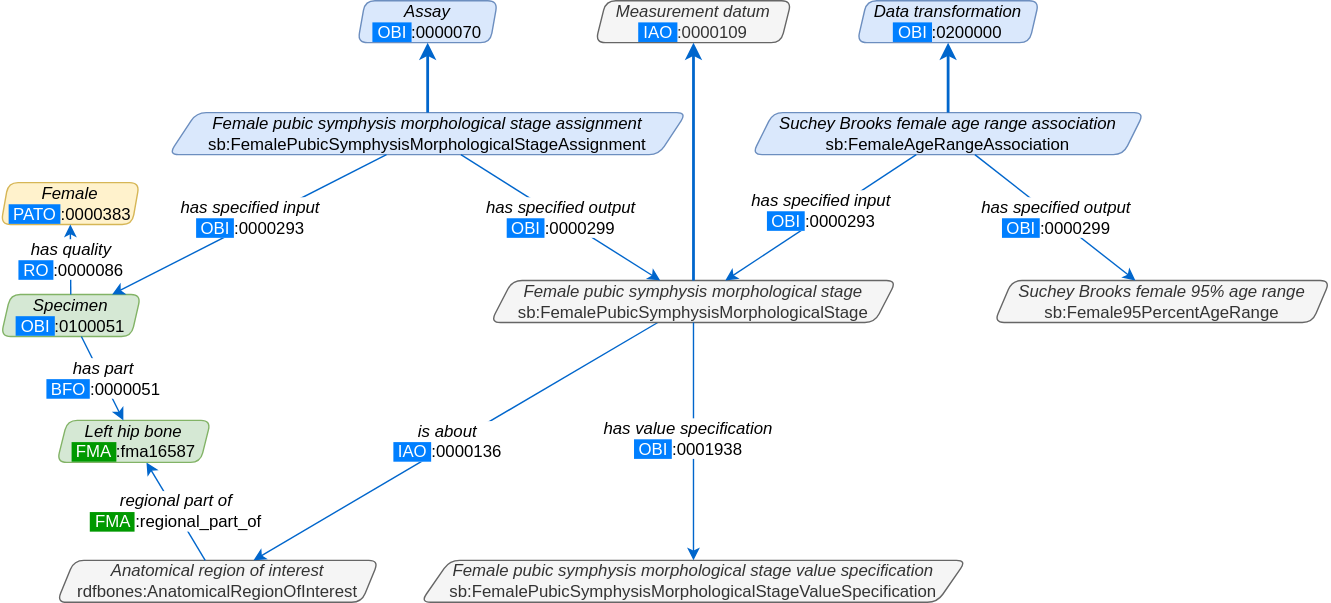
This is NetworkGraphics/OntologyExtensions/phaleron-age/SucheyBrooks_NetworkGraphics.svg from RDFBones/RDFBonesGraphics, a draw.io export, as it was before one commit. Source tidied: cells renumbered, new cells last; positions are measured from the earlier drawing's top-left corner, leaving out a move shared by most shapes.
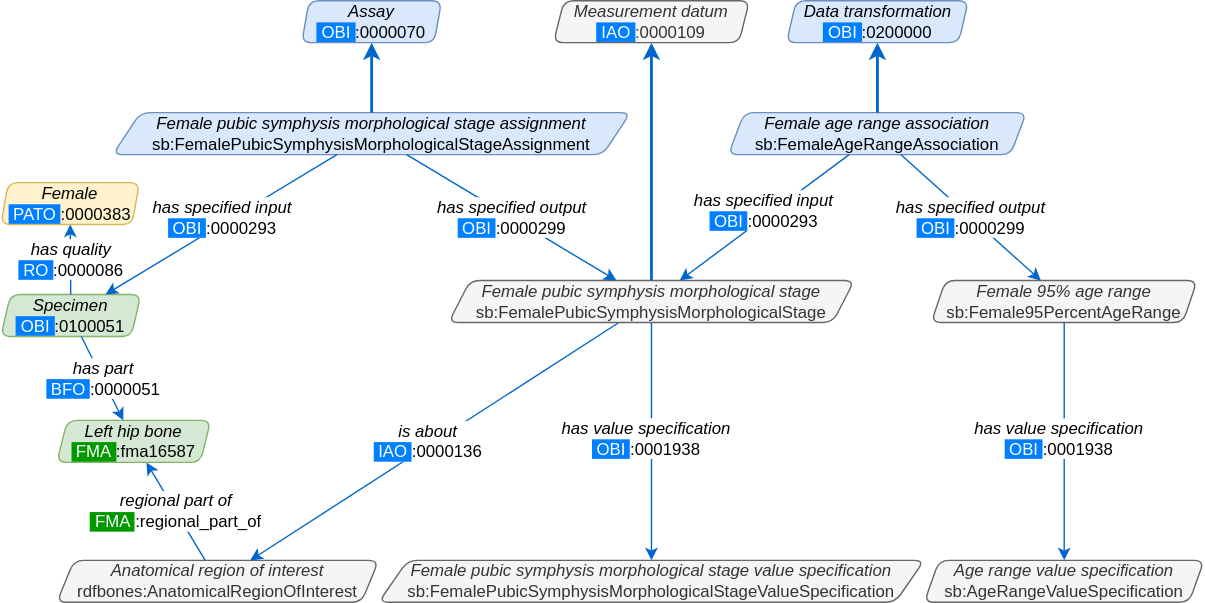
The same file after the commit.

Commit message:
Finalised drawing on processes for females and added drawings on value specifications.

Change to the diagram source:
```diff
@@ -24,7 +24,7 @@
       <mxGeometry relative="1" as="geometry" />
     </mxCell>
     <mxCell id="9" value="&lt;i&gt;Female pubic symphysis morphological stage assignment&lt;/i&gt;&lt;br&gt;sb:FemalePubicSymphysisMorphologicalStageAssignment" style="shape=parallelogram;perimeter=parallelogramPerimeter;whiteSpace=wrap;html=1;strokeColor=#6c8ebf;fontSize=12;align=center;size=0.05333333333333334;fillColor=#dae8fc;rounded=1;comic=0;shadow=0;spacing=0;line-height:.8rem;arcSize=14;" parent="1" vertex="1">
-      <mxGeometry x="120" y="80" width="370" height="30" as="geometry" />
+      <mxGeometry x="80" y="80" width="370" height="30" as="geometry" />
     </mxCell>
     <mxCell id="10" value="&lt;font style=&quot;font-size: 12px;&quot;&gt;&lt;span style=&quot;line-height: 120%; font-size: 12px;&quot;&gt;&lt;i style=&quot;font-size: 12px;&quot;&gt;has specified input&lt;br style=&quot;font-size: 12px;&quot;&gt;&lt;/i&gt;&lt;span style=&quot;color: rgb(255, 255, 255); text-align: left; background-color: rgb(0, 127, 255);&quot;&gt;&amp;nbsp;OBI&amp;nbsp;&lt;/span&gt;:0000293&lt;/span&gt;&lt;/font&gt;" style="rounded=0;html=1;jettySize=auto;strokeColor=#0066CC;fontSize=12;strokeWidth=1;arcSize=20;" parent="1" edge="1" source="9" target="2">
       <mxGeometry x="-0.03" y="-4" relative="1" as="geometry" />
@@ -33,31 +33,31 @@
       <mxGeometry x="0.03" y="-3" relative="1" as="geometry" />
     </mxCell>
     <mxCell id="12" value="&lt;i&gt;Female pubic symphysis morphological stage&lt;/i&gt;&lt;br&gt;sb:FemalePubicSymphysisMorphologicalStage" style="shape=parallelogram;perimeter=parallelogramPerimeter;whiteSpace=wrap;html=1;strokeColor=#666666;fontSize=12;align=center;size=0.05333333333333334;fillColor=#f5f5f5;rounded=1;comic=0;shadow=0;spacing=0;line-height:.8rem;arcSize=14;fontColor=#333333;" parent="1" vertex="1">
-      <mxGeometry x="350" y="200" width="290" height="30" as="geometry" />
+      <mxGeometry x="320" y="200" width="290" height="30" as="geometry" />
     </mxCell>
     <mxCell id="13" value="&lt;font style=&quot;font-size: 12px;&quot;&gt;&lt;span style=&quot;line-height: 120%; font-size: 12px;&quot;&gt;&lt;i style=&quot;font-size: 12px;&quot;&gt;has specified output&lt;br style=&quot;font-size: 12px;&quot;&gt;&lt;/i&gt;&lt;span style=&quot;color: rgb(255, 255, 255); text-align: left; background-color: rgb(0, 127, 255);&quot;&gt;&amp;nbsp;OBI&amp;nbsp;&lt;/span&gt;:0000299&lt;/span&gt;&lt;/font&gt;" style="rounded=0;html=1;jettySize=auto;strokeColor=#0066CC;fontSize=12;strokeWidth=1;arcSize=20;" parent="1" edge="1" source="9" target="12">
       <mxGeometry relative="1" as="geometry" />
     </mxCell>
-    <mxCell id="14" value="&lt;i&gt;Female pubic symphysis morphological stage value specification&lt;/i&gt;&lt;br&gt;sb:FemalePubicSymphysisMorphologicalStageValueSpecification" style="shape=parallelogram;perimeter=parallelogramPerimeter;whiteSpace=wrap;html=1;strokeColor=#666666;fontSize=12;align=center;size=0.05333333333333334;fillColor=#f5f5f5;rounded=1;comic=0;shadow=0;spacing=0;line-height:.8rem;arcSize=14;fontColor=#333333;" parent="1" vertex="1">
-      <mxGeometry x="300" y="400" width="390" height="30" as="geometry" />
+    <mxCell id="14" value="&lt;i&gt;Female pubic symphysis morphological stage value specification&lt;/i&gt;&lt;br&gt;sb:FemalePubicSymphysisMorphologicalStageValueSpecification" style="shape=parallelogram;perimeter=parallelogramPerimeter;whiteSpace=wrap;html=1;strokeColor=#666666;fontSize=12;align=center;size=0.05333333333333333333333333333333;fillColor=#f5f5f5;rounded=1;comic=0;shadow=0;spacing=0;line-height:.8rem;arcSize=14;fontColor=#333333;" parent="1" vertex="1">
+      <mxGeometry x="270" y="400" width="390" height="30" as="geometry" />
     </mxCell>
     <mxCell id="15" value="&lt;font style=&quot;font-size: 12px;&quot;&gt;&lt;span style=&quot;line-height: 120%; font-size: 12px;&quot;&gt;&lt;i style=&quot;font-size: 12px;&quot;&gt;has value specification&lt;br style=&quot;font-size: 12px;&quot;&gt;&lt;/i&gt;&lt;span style=&quot;color: rgb(255, 255, 255); text-align: left; background-color: rgb(0, 127, 255);&quot;&gt;&amp;nbsp;OBI&amp;nbsp;&lt;/span&gt;:0001938&lt;/span&gt;&lt;/font&gt;" style="rounded=0;html=1;jettySize=auto;strokeColor=#0066CC;fontSize=12;strokeWidth=1;arcSize=20;" parent="1" edge="1" source="12" target="14">
       <mxGeometry x="-0.03" y="-4" relative="1" as="geometry" />
     </mxCell>
-    <mxCell id="16" value="&lt;i&gt;Suchey Brooks female age range association&lt;/i&gt;&lt;br&gt;sb:FemaleAgeRangeAssociation" style="shape=parallelogram;perimeter=parallelogramPerimeter;whiteSpace=wrap;html=1;strokeColor=#6c8ebf;fontSize=12;align=center;size=0.05333333333333334;fillColor=#dae8fc;rounded=1;comic=0;shadow=0;spacing=0;line-height:.8rem;arcSize=14;" parent="1" vertex="1">
-      <mxGeometry x="537" y="80" width="280" height="30" as="geometry" />
+    <mxCell id="16" value="&lt;i&gt;Female age range association&lt;/i&gt;&lt;br&gt;sb:FemaleAgeRangeAssociation" style="shape=parallelogram;perimeter=parallelogramPerimeter;whiteSpace=wrap;html=1;strokeColor=#6c8ebf;fontSize=12;align=center;size=0.05333333333333334;fillColor=#dae8fc;rounded=1;comic=0;shadow=0;spacing=0;line-height:.8rem;arcSize=14;" parent="1" vertex="1">
+      <mxGeometry x="520" y="80" width="213" height="30" as="geometry" />
     </mxCell>
     <mxCell id="17" value="&lt;font style=&quot;font-size: 12px;&quot;&gt;&lt;span style=&quot;line-height: 120%; font-size: 12px;&quot;&gt;&lt;i style=&quot;font-size: 12px;&quot;&gt;has specified input&lt;br style=&quot;font-size: 12px;&quot;&gt;&lt;/i&gt;&lt;span style=&quot;color: rgb(255, 255, 255); text-align: left; background-color: rgb(0, 127, 255);&quot;&gt;&amp;nbsp;OBI&amp;nbsp;&lt;/span&gt;:0000293&lt;/span&gt;&lt;/font&gt;" style="rounded=0;html=1;jettySize=auto;strokeColor=#0066CC;fontSize=12;strokeWidth=1;arcSize=20;" parent="1" edge="1" source="16" target="12">
       <mxGeometry x="-0.03" y="-4" relative="1" as="geometry" />
     </mxCell>
-    <mxCell id="18" value="&lt;i&gt;Suchey Brooks female 95% age range&lt;/i&gt;&lt;br&gt;sb:Female95PercentAgeRange" style="shape=parallelogram;perimeter=parallelogramPerimeter;whiteSpace=wrap;html=1;strokeColor=#666666;fontSize=12;align=center;size=0.05333333333333334;fillColor=#f5f5f5;rounded=1;comic=0;shadow=0;spacing=0;line-height:.8rem;arcSize=14;fontColor=#333333;" parent="1" vertex="1">
-      <mxGeometry x="710" y="200" width="240" height="30" as="geometry" />
+    <mxCell id="18" value="&lt;i&gt;Female 95% age range&lt;/i&gt;&lt;br&gt;sb:Female95PercentAgeRange" style="shape=parallelogram;perimeter=parallelogramPerimeter;whiteSpace=wrap;html=1;strokeColor=#666666;fontSize=12;align=center;size=0.05333333333333334;fillColor=#f5f5f5;rounded=1;comic=0;shadow=0;spacing=0;line-height:.8rem;arcSize=14;fontColor=#333333;" parent="1" vertex="1">
+      <mxGeometry x="665" y="200" width="190" height="30" as="geometry" />
     </mxCell>
     <mxCell id="19" value="&lt;font style=&quot;font-size: 12px;&quot;&gt;&lt;span style=&quot;line-height: 120%; font-size: 12px;&quot;&gt;&lt;i style=&quot;font-size: 12px;&quot;&gt;has specified output&lt;br style=&quot;font-size: 12px;&quot;&gt;&lt;/i&gt;&lt;span style=&quot;color: rgb(255, 255, 255); text-align: left; background-color: rgb(0, 127, 255);&quot;&gt;&amp;nbsp;OBI&amp;nbsp;&lt;/span&gt;:0000299&lt;/span&gt;&lt;/font&gt;" style="rounded=0;html=1;jettySize=auto;strokeColor=#0066CC;fontSize=12;strokeWidth=1;arcSize=20;" parent="1" edge="1" source="16" target="18">
       <mxGeometry relative="1" as="geometry" />
     </mxCell>
     <mxCell id="20" value="&lt;i&gt;Assay&lt;/i&gt;&lt;br&gt;&lt;font style=&quot;background-color: rgb(0, 127, 255);&quot; color=&quot;#ffffff&quot;&gt;&amp;nbsp;OBI &lt;/font&gt;:0000070" style="shape=parallelogram;perimeter=parallelogramPerimeter;whiteSpace=wrap;html=1;strokeColor=#6c8ebf;fontSize=12;align=center;size=0.05333333333333334;fillColor=#dae8fc;rounded=1;comic=0;shadow=0;spacing=0;line-height:.8rem;arcSize=14;" parent="1" vertex="1">
-      <mxGeometry x="255" width="100" height="30" as="geometry" />
+      <mxGeometry x="215" width="100" height="30" as="geometry" />
     </mxCell>
     <mxCell id="21" style="edgeStyle=none;rounded=0;html=1;jettySize=auto;strokeColor=#0066CC;strokeWidth=2;fontSize=12;fontColor=#0066CC;" parent="1" edge="1" source="9" target="20">
       <mxGeometry x="-0.65" y="-4" relative="1" as="geometry">
@@ -65,7 +65,7 @@
       </mxGeometry>
     </mxCell>
     <mxCell id="22" value="&lt;i&gt;Data transformation&lt;/i&gt;&lt;br&gt;&lt;font style=&quot;background-color: rgb(0, 127, 255);&quot; color=&quot;#ffffff&quot;&gt;&amp;nbsp;OBI &lt;/font&gt;:0200000" style="shape=parallelogram;perimeter=parallelogramPerimeter;whiteSpace=wrap;html=1;strokeColor=#6c8ebf;fontSize=12;align=center;size=0.05333333333333334;fillColor=#dae8fc;rounded=1;comic=0;shadow=0;spacing=0;line-height:.8rem;arcSize=14;" parent="1" vertex="1">
-      <mxGeometry x="612" width="130" height="30" as="geometry" />
+      <mxGeometry x="561.5" width="130" height="30" as="geometry" />
     </mxCell>
     <mxCell id="23" style="edgeStyle=none;rounded=0;html=1;jettySize=auto;strokeColor=#0066CC;strokeWidth=2;fontSize=12;fontColor=#0066CC;" parent="1" edge="1" source="16" target="22">
       <mxGeometry x="-0.65" y="-4" relative="1" as="geometry">
@@ -73,12 +73,18 @@
       </mxGeometry>
     </mxCell>
     <mxCell id="24" value="&lt;i&gt;Measurement datum&lt;/i&gt;&lt;br&gt;&lt;font style=&quot;background-color: rgb(0, 127, 255);&quot; color=&quot;#ffffff&quot;&gt;&amp;nbsp;IAO &lt;/font&gt;:0000109" style="shape=parallelogram;perimeter=parallelogramPerimeter;whiteSpace=wrap;html=1;strokeColor=#666666;fontSize=12;align=center;size=0.05333333333333334;fillColor=#f5f5f5;rounded=1;comic=0;shadow=0;spacing=0;line-height:.8rem;arcSize=14;fontColor=#333333;" parent="1" vertex="1">
-      <mxGeometry x="425" width="140" height="30" as="geometry" />
+      <mxGeometry x="395" width="140" height="30" as="geometry" />
     </mxCell>
     <mxCell id="25" style="edgeStyle=none;rounded=0;html=1;jettySize=auto;strokeColor=#0066CC;strokeWidth=2;fontSize=12;fontColor=#0066CC;" parent="1" edge="1" source="12" target="24">
       <mxGeometry x="-0.65" y="-4" relative="1" as="geometry">
         <mxPoint x="1" as="offset" />
       </mxGeometry>
     </mxCell>
+    <mxCell id="26" value="&lt;i&gt;Age range value specification&lt;/i&gt;&lt;br&gt;sb:AgeRangeValueSpecification" style="shape=parallelogram;perimeter=parallelogramPerimeter;whiteSpace=wrap;html=1;strokeColor=#666666;fontSize=12;align=center;size=0.05333333333333334;fillColor=#f5f5f5;rounded=1;comic=0;shadow=0;spacing=0;line-height:.8rem;arcSize=14;fontColor=#333333;" parent="1" vertex="1">
+      <mxGeometry x="660" y="400" width="200" height="30" as="geometry" />
+    </mxCell>
+    <mxCell id="27" value="&lt;font style=&quot;font-size: 12px;&quot;&gt;&lt;span style=&quot;line-height: 120%; font-size: 12px;&quot;&gt;&lt;i style=&quot;font-size: 12px;&quot;&gt;has value specification&lt;br style=&quot;font-size: 12px;&quot;&gt;&lt;/i&gt;&lt;span style=&quot;color: rgb(255, 255, 255); text-align: left; background-color: rgb(0, 127, 255);&quot;&gt;&amp;nbsp;OBI&amp;nbsp;&lt;/span&gt;:0001938&lt;/span&gt;&lt;/font&gt;" style="rounded=0;html=1;jettySize=auto;strokeColor=#0066CC;fontSize=12;strokeWidth=1;arcSize=20;" parent="1" edge="1" source="18" target="26">
+      <mxGeometry x="-0.03" y="-4" relative="1" as="geometry" />
+    </mxCell>
   </root>
 </mxGraphModel>
```
